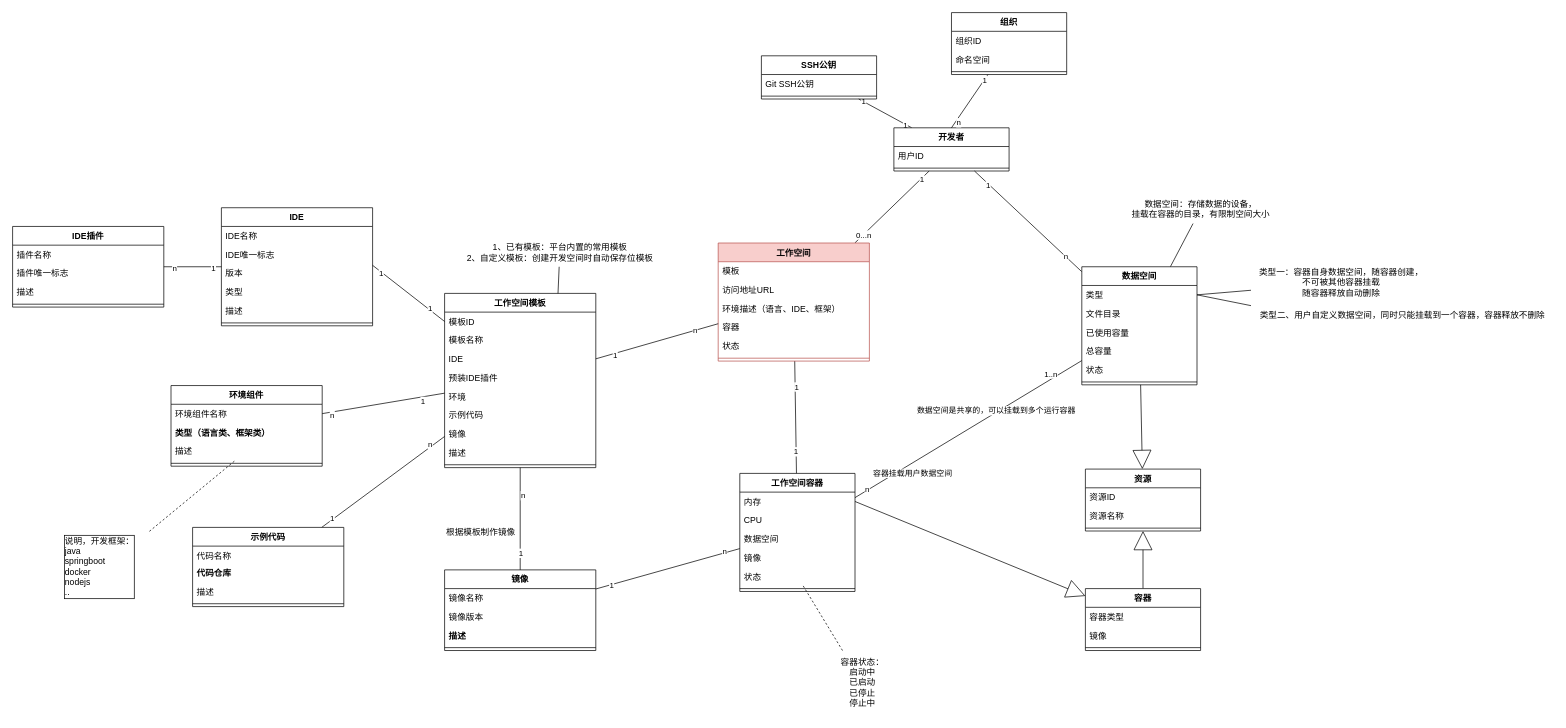
Earlier version of the draw.io diagram page "领域模型-工作空间" (1 of 4) of _design_file/03.domain/001.domain.drawio (tatawind/cloud-workspace-docs). Source tidied: cells renumbered, new cells numbered last; positions are measured from the earlier drawing's top-left corner, leaving out a move shared by most shapes. Both pictures are drawn from the tidied source at 72%, with x=0, y=0 at pixel (12, 12).
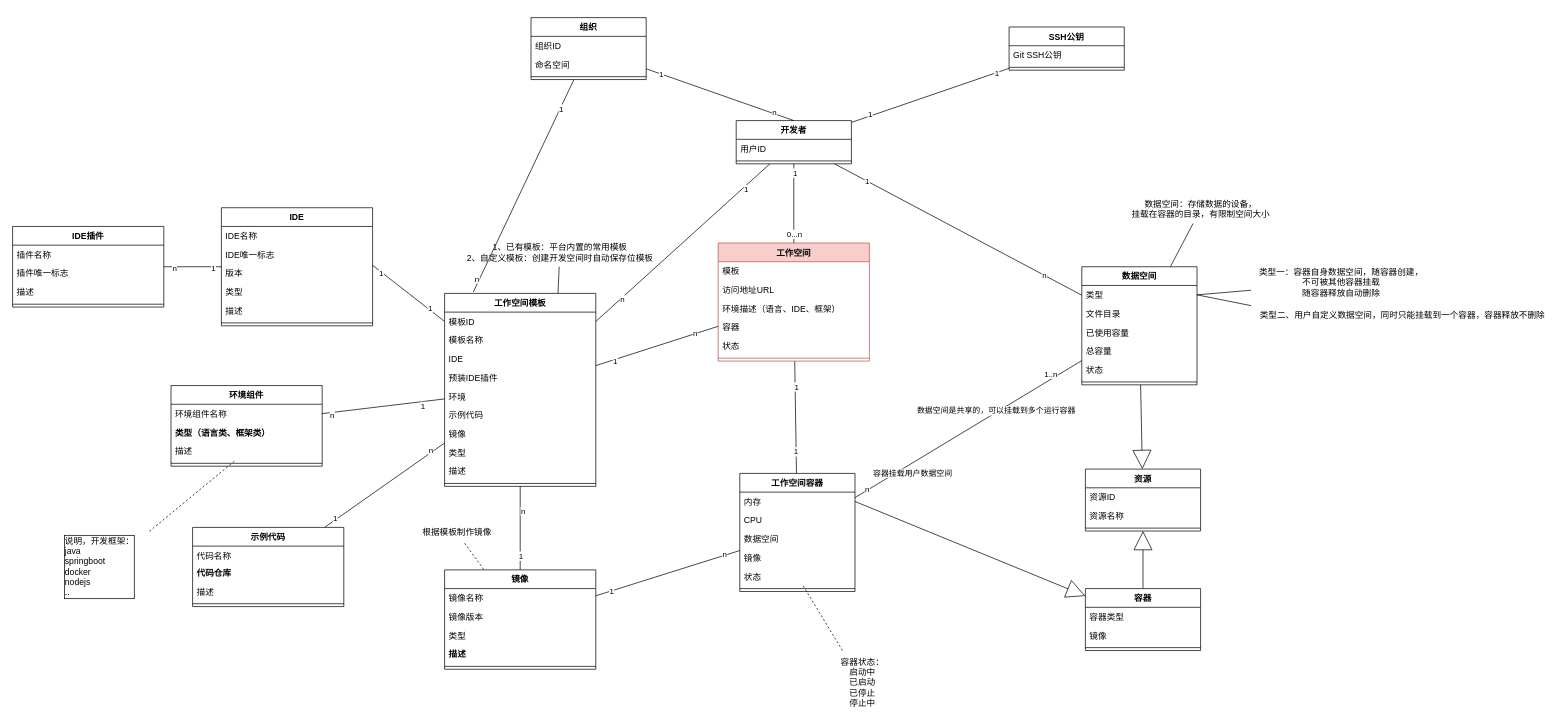
After the change.

Diff of the diagram source:
```diff
@@
+    <mxCell id="135" style="edgeStyle=none;html=1;endArrow=none;endFill=0;" parent="1" edge="1" source="35" target="73">
+      <mxGeometry relative="1" as="geometry" />
+    </mxCell>
+    <mxCell id="136" value="n" style="edgeLabel;html=1;align=center;verticalAlign=middle;" parent="135" vertex="1">
+      <mxGeometry x="0.71" y="2" relative="1" as="geometry" />
+    </mxCell>
+    <mxCell id="137" value="1" style="edgeLabel;html=1;align=center;verticalAlign=middle;" parent="135" vertex="1">
+      <mxGeometry x="-0.7" y="4" relative="1" as="geometry" />
+    </mxCell>
     <mxCell id="35" value="开发者" style="swimlane;fontStyle=1;align=center;verticalAlign=top;horizontal=1;startSize=26;" parent="1" vertex="1">
-      <mxGeometry x="1224" y="160" width="160" height="60" as="geometry" />
+      <mxGeometry x="1005" y="150" width="160" height="60" as="geometry" />
     </mxCell>
@@
     <mxCell id="73" value="工作空间模板" style="swimlane;fontStyle=1;align=center;verticalAlign=top;horizontal=1;startSize=26;" parent="1" vertex="1">
-      <mxGeometry x="600" y="390" width="210" height="242" as="geometry" />
+      <mxGeometry x="600" y="390" width="210" height="268" as="geometry" />
     </mxCell>
@@
+    <mxCell id="138" value="类型" style="text;strokeColor=none;fillColor=none;align=left;verticalAlign=top;spacingLeft=4;spacingRight=4;overflow=hidden;" parent="73" vertex="1">
+      <mxGeometry y="208" width="210" height="26" as="geometry" />
+    </mxCell>
     <mxCell id="81" value="描述" style="text;strokeColor=none;fillColor=none;align=left;verticalAlign=top;spacingLeft=4;spacingRight=4;overflow=hidden;" parent="73" vertex="1">
-      <mxGeometry y="208" width="210" height="26" as="geometry" />
+      <mxGeometry y="234" width="210" height="26" as="geometry" />
     </mxCell>
     <mxCell id="82" style="line;strokeWidth=1;fillColor=none;align=left;verticalAlign=middle;spacingTop=-1;spacingLeft=3;spacingRight=3;labelPosition=right;strokeColor=inherit;" parent="73" vertex="1">
-      <mxGeometry y="234" width="210" height="8" as="geometry" />
+      <mxGeometry y="260" width="210" height="8" as="geometry" />
     </mxCell>
     <mxCell id="83" value="SSH公钥" style="swimlane;fontStyle=1;align=center;verticalAlign=top;horizontal=1;startSize=26;" parent="1" vertex="1">
-      <mxGeometry x="1040" y="60" width="160" height="60" as="geometry" />
+      <mxGeometry x="1384" y="20" width="160" height="60" as="geometry" />
     </mxCell>
@@
+    <mxCell id="139" style="edgeStyle=none;html=1;entryX=0.19;entryY=-0.007;entryDx=0;entryDy=0;entryPerimeter=0;endArrow=none;endFill=0;" parent="1" edge="1" source="96" target="73">
+      <mxGeometry relative="1" as="geometry" />
+    </mxCell>
+    <mxCell id="140" value="1" style="edgeLabel;html=1;align=center;verticalAlign=middle;" parent="139" vertex="1">
+      <mxGeometry x="-0.73" y="1" relative="1" as="geometry" />
+    </mxCell>
+    <mxCell id="141" value="n" style="edgeLabel;html=1;align=center;verticalAlign=middle;" parent="139" vertex="1">
+      <mxGeometry x="0.88" y="-2" relative="1" as="geometry">
+        <mxPoint x="-2" as="offset" />
+      </mxGeometry>
+    </mxCell>
     <mxCell id="96" value="组织" style="swimlane;fontStyle=1;align=center;verticalAlign=top;horizontal=1;startSize=26;" parent="1" vertex="1">
-      <mxGeometry x="1304" width="160" height="86" as="geometry" />
+      <mxGeometry x="720" y="7" width="160" height="86" as="geometry" />
     </mxCell>
@@
     <mxCell id="100" value="镜像" style="swimlane;fontStyle=1;align=center;verticalAlign=top;horizontal=1;startSize=26;" parent="1" vertex="1">
-      <mxGeometry x="600" y="774" width="210" height="112" as="geometry" />
+      <mxGeometry x="600" y="774" width="210" height="138" as="geometry" />
     </mxCell>
@@
+    <mxCell id="142" value="类型" style="text;strokeColor=none;fillColor=none;align=left;verticalAlign=top;spacingLeft=4;spacingRight=4;overflow=hidden;" parent="100" vertex="1">
+      <mxGeometry y="78" width="210" height="26" as="geometry" />
+    </mxCell>
     <mxCell id="103" value="描述" style="text;strokeColor=none;fillColor=none;align=left;verticalAlign=top;spacingLeft=4;spacingRight=4;overflow=hidden;fontStyle=1;" parent="100" vertex="1">
-      <mxGeometry y="78" width="210" height="26" as="geometry" />
+      <mxGeometry y="104" width="210" height="26" as="geometry" />
     </mxCell>
     <mxCell id="104" style="line;strokeWidth=1;fillColor=none;align=left;verticalAlign=middle;spacingTop=-1;spacingLeft=3;spacingRight=3;labelPosition=right;strokeColor=inherit;" parent="100" vertex="1">
-      <mxGeometry y="104" width="210" height="8" as="geometry" />
+      <mxGeometry y="130" width="210" height="8" as="geometry" />
     </mxCell>
@@
+    <mxCell id="143" style="edgeStyle=none;html=1;endArrow=none;endFill=0;dashed=1;" parent="1" edge="1" source="134" target="100">
+      <mxGeometry relative="1" as="geometry" />
+    </mxCell>
     <mxCell id="134" value="根据模板制作镜像" style="text;html=1;align=center;verticalAlign=middle;points=[];strokeColor=none;fillColor=none;" parent="1" vertex="1">
-      <mxGeometry x="590" y="707" width="120" height="30" as="geometry" />
+      <mxGeometry x="557" y="707" width="120" height="30" as="geometry" />
     </mxCell>
```
